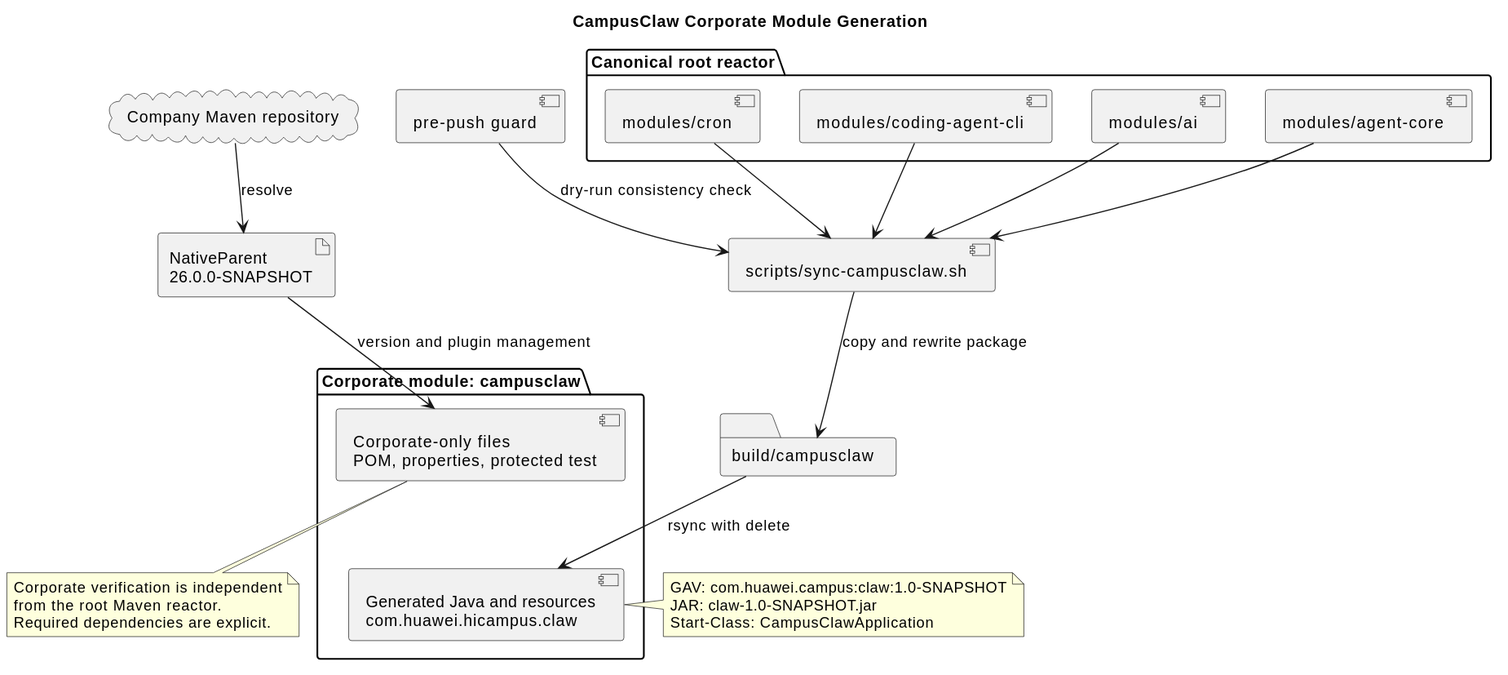
2862282695gjh-afk/pi-mono-java keeps this PlantUML diagram as docs/designs/campusclaw-corporate-module/campusclaw_corporate_module.svg. Above is the earlier version.
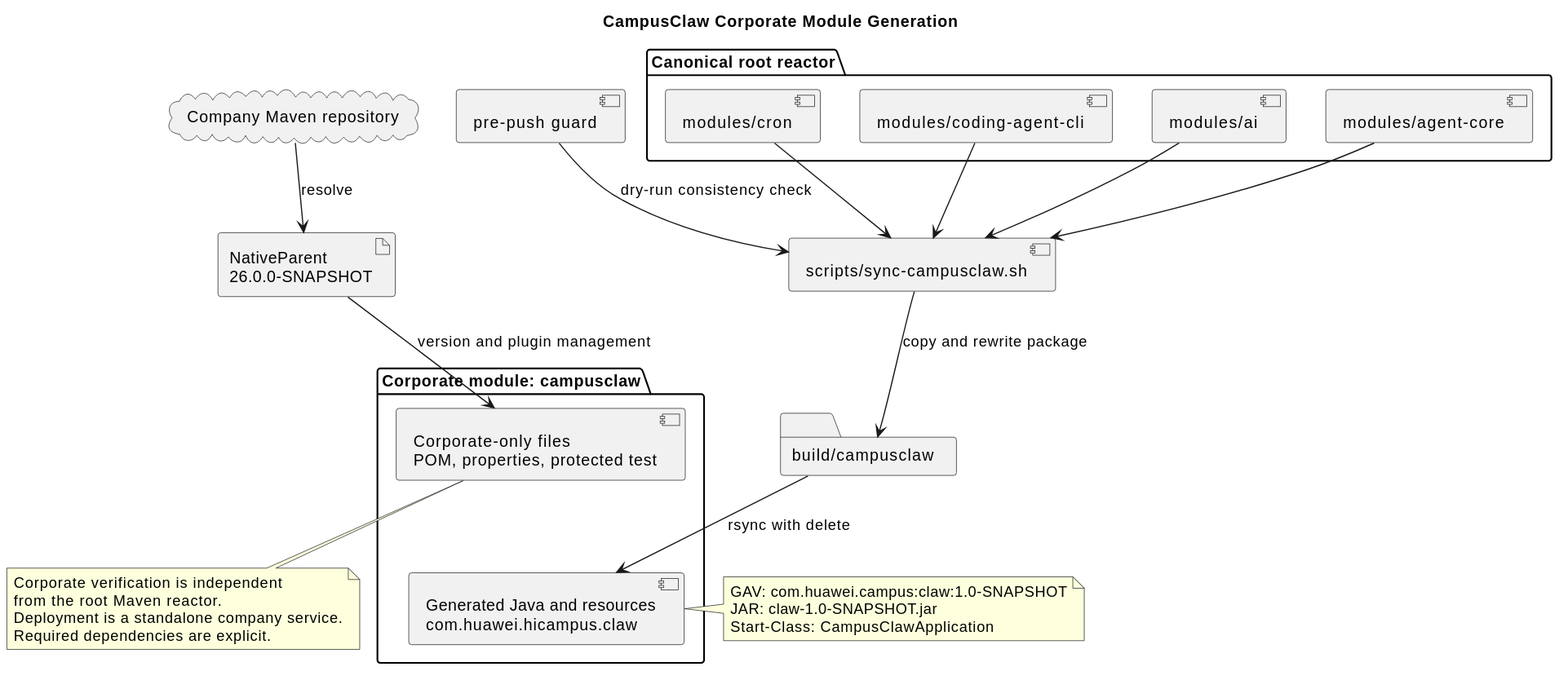
Later version of the same file.

Diff of the diagram source:
```diff
@@ -41,6 +41,7 @@
 note bottom of local
   Corporate verification is independent
   from the root Maven reactor.
+  Deployment is a standalone company service.
   Required dependencies are explicit.
 end note
 @enduml
```
